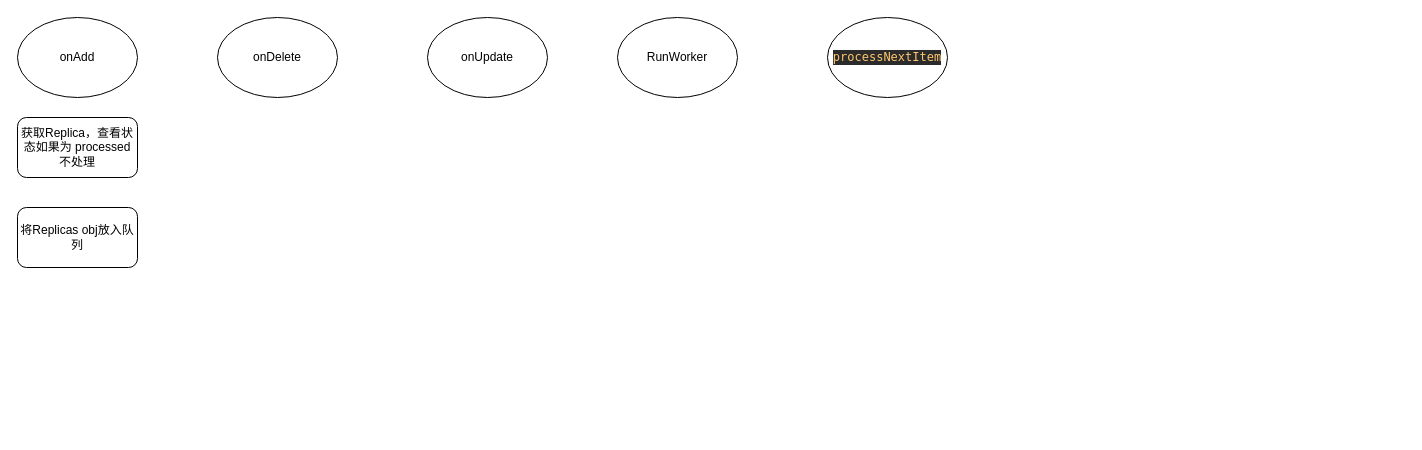
The draw.io diagram page "pgtask Operator" (5 of 6) of Postgre-Operator.drawio in zjtheone/wmiagent, before the edit. Source tidied: cells renumbered, new cells numbered last; positions are measured from the earlier drawing's top-left corner, leaving out a move shared by most shapes. Both pictures are drawn from the tidied source at 100%, with x=0, y=0 at pixel (17, 17).
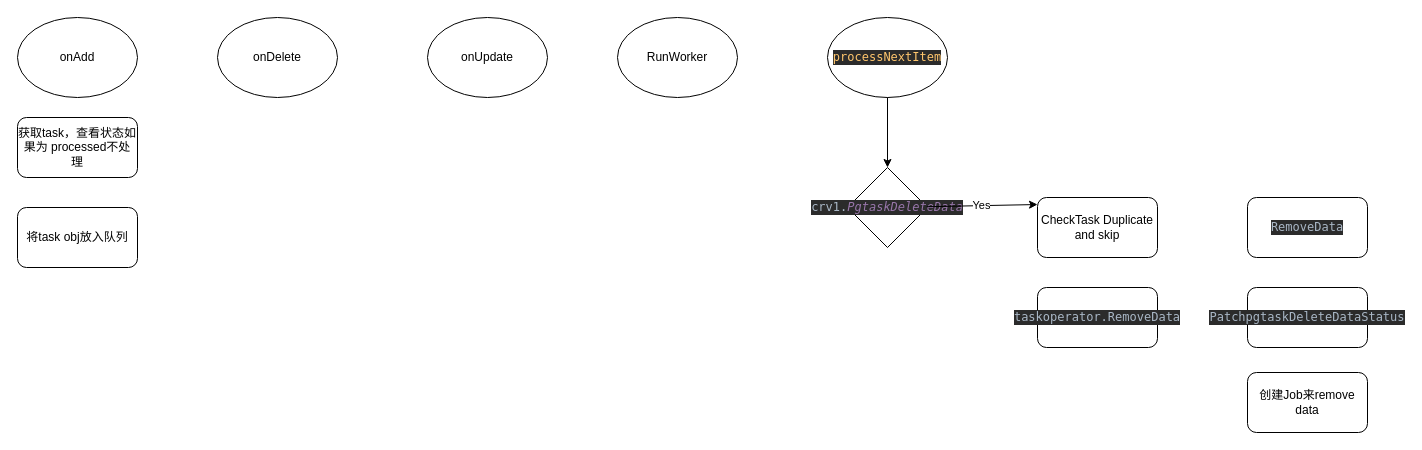
Above is the later version.

The edit, as a diff of the source:
```diff
@@
 <mxGraphModel>
   <root>
     <mxCell id="0" />
     <mxCell id="1" parent="0" />
-    <mxCell id="2" value="获取Replica，查看状态如果为 processed不处理" style="rounded=1;whiteSpace=wrap;html=1;strokeWidth=1;" parent="1" vertex="1">
+    <mxCell id="2" value="获取task，查看状态如果为 processed不处理" style="rounded=1;whiteSpace=wrap;html=1;strokeWidth=1;" parent="1" vertex="1">
       <mxGeometry y="100" width="120" height="60" as="geometry" />
     </mxCell>
-    <mxCell id="3" value="将Replicas obj放入队列" style="rounded=1;whiteSpace=wrap;html=1;strokeWidth=1;" parent="1" vertex="1">
+    <mxCell id="3" value="将task obj放入队列" style="rounded=1;whiteSpace=wrap;html=1;strokeWidth=1;" parent="1" vertex="1">
       <mxGeometry y="190" width="120" height="60" as="geometry" />
     </mxCell>
     <mxCell id="4" value="onAdd" style="ellipse;whiteSpace=wrap;html=1;strokeWidth=1;" parent="1" vertex="1">
       <mxGeometry width="120" height="80" as="geometry" />
     </mxCell>
     <mxCell id="5" value="onDelete" style="ellipse;whiteSpace=wrap;html=1;strokeWidth=1;" parent="1" vertex="1">
       <mxGeometry x="200" width="120" height="80" as="geometry" />
     </mxCell>
     <mxCell id="6" value="onUpdate" style="ellipse;whiteSpace=wrap;html=1;strokeWidth=1;" parent="1" vertex="1">
       <mxGeometry x="410" width="120" height="80" as="geometry" />
     </mxCell>
     <mxCell id="7" value="RunWorker" style="ellipse;whiteSpace=wrap;html=1;strokeWidth=1;" parent="1" vertex="1">
       <mxGeometry x="600" width="120" height="80" as="geometry" />
     </mxCell>
     <mxCell id="8" value="&lt;pre style=&quot;background-color: #2b2b2b ; color: #a9b7c6 ; font-family: &amp;#34;menlo&amp;#34; ; font-size: 9.0pt&quot;&gt;&lt;span style=&quot;color: #ffc66d&quot;&gt;processNextItem&lt;/span&gt;&lt;/pre&gt;" style="ellipse;whiteSpace=wrap;html=1;strokeWidth=1;" parent="1" vertex="1">
       <mxGeometry x="810" width="120" height="80" as="geometry" />
     </mxCell>
+    <mxCell id="9" value="CheckTask Duplicate&lt;br&gt;and skip" style="rounded=1;whiteSpace=wrap;html=1;strokeWidth=1;" parent="1" vertex="1">
+      <mxGeometry x="1020" y="180" width="120" height="60" as="geometry" />
+    </mxCell>
+    <mxCell id="10" value="&lt;pre style=&quot;background-color: #2b2b2b ; color: #a9b7c6 ; font-family: &amp;#34;menlo&amp;#34; ; font-size: 9.0pt&quot;&gt;taskoperator.RemoveData&lt;/pre&gt;" style="rounded=1;whiteSpace=wrap;html=1;strokeWidth=1;" parent="1" vertex="1">
+      <mxGeometry x="1020" y="270" width="120" height="60" as="geometry" />
+    </mxCell>
+    <mxCell id="11" value="&lt;pre style=&quot;background-color: #2b2b2b ; color: #a9b7c6 ; font-family: &amp;#34;menlo&amp;#34; ; font-size: 9.0pt&quot;&gt;crv1.&lt;span style=&quot;color: #9876aa ; font-style: italic&quot;&gt;PgtaskDeleteData&lt;/span&gt;&lt;/pre&gt;" style="rhombus;whiteSpace=wrap;html=1;" parent="1" vertex="1">
+      <mxGeometry x="830" y="150" width="80" height="80" as="geometry" />
+    </mxCell>
+    <mxCell id="12" style="endArrow=classic;html=1;" parent="1" edge="1" source="8" target="11">
+      <mxGeometry relative="1" as="geometry" />
+    </mxCell>
+    <mxCell id="13" value="Yes" style="endArrow=classic;html=1;entryX=0;entryY=0.117;entryDx=0;entryDy=0;entryPerimeter=0;" parent="1" edge="1" source="11" target="9">
+      <mxGeometry relative="1" as="geometry" />
+    </mxCell>
+    <mxCell id="14" value="&lt;pre style=&quot;background-color: #2b2b2b ; color: #a9b7c6 ; font-family: &amp;#34;menlo&amp;#34; ; font-size: 9.0pt&quot;&gt;RemoveData&lt;/pre&gt;" style="rounded=1;whiteSpace=wrap;html=1;strokeWidth=1;" parent="1" vertex="1">
+      <mxGeometry x="1230" y="180" width="120" height="60" as="geometry" />
+    </mxCell>
+    <mxCell id="15" value="&lt;pre style=&quot;background-color: #2b2b2b ; color: #a9b7c6 ; font-family: &amp;#34;menlo&amp;#34; ; font-size: 9.0pt&quot;&gt;&lt;pre style=&quot;font-family: &amp;#34;menlo&amp;#34; ; font-size: 9pt&quot;&gt;PatchpgtaskDeleteDataStatus&lt;/pre&gt;&lt;/pre&gt;" style="rounded=1;whiteSpace=wrap;html=1;strokeWidth=1;" parent="1" vertex="1">
+      <mxGeometry x="1230" y="270" width="120" height="60" as="geometry" />
+    </mxCell>
+    <mxCell id="16" value="创建Job来remove data" style="rounded=1;whiteSpace=wrap;html=1;strokeWidth=1;" parent="1" vertex="1">
+      <mxGeometry x="1230" y="355" width="120" height="60" as="geometry" />
+    </mxCell>
   </root>
 </mxGraphModel>
```
